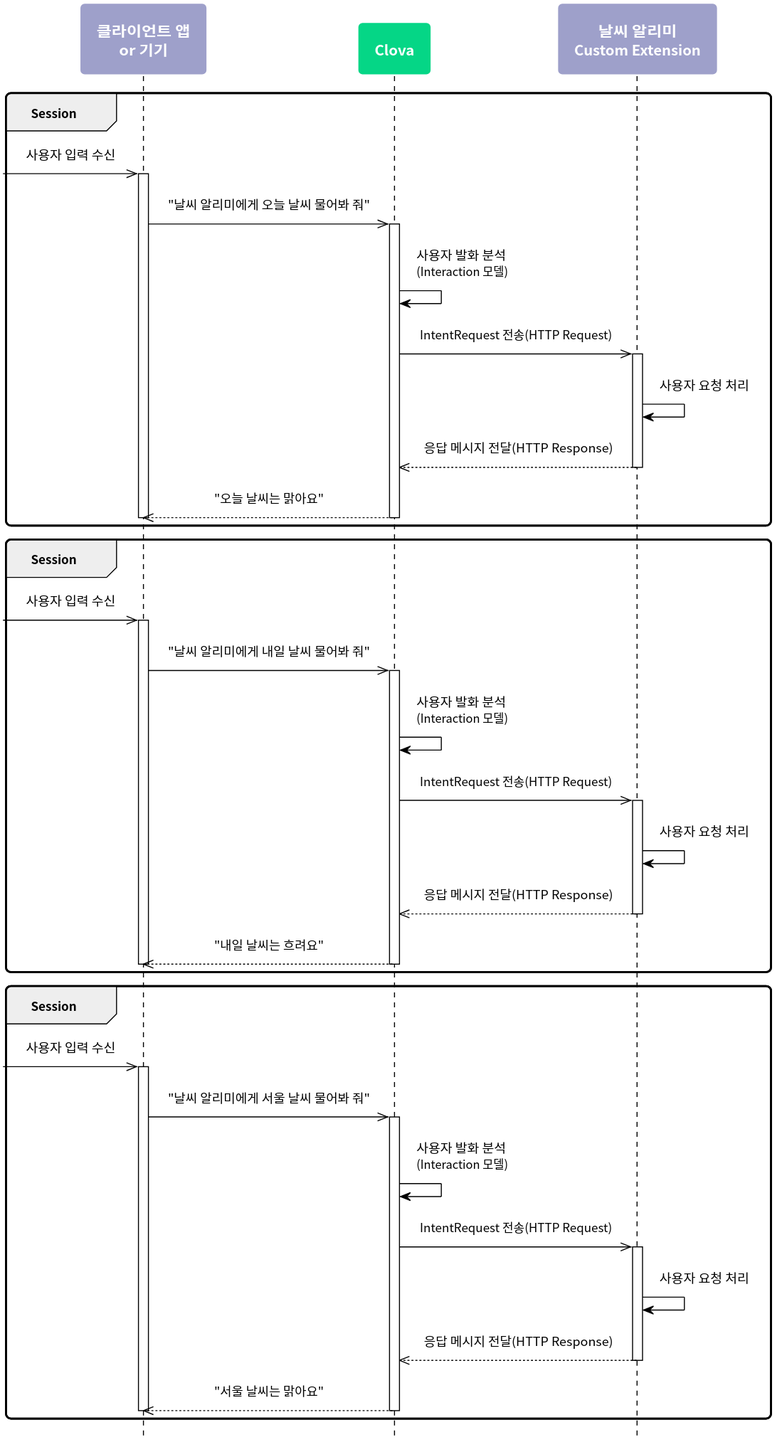
Dithn/clova-custom-extension-developer-guide keeps this PlantUML diagram as en-KR/Develop/Assets/Images/CEK_Custom_Extension_Sequence_Diagram.svg. Above is the earlier version. Source of this version:
```plantuml
@startuml
scale max 880 width
skinparam sequenceMessageAlign center
skinparam shadowing false
skinparam roundcorner 10
skinparam padding 10
skinparam defaultFontSize 12
skinparam defaultFontName "Noto Sans CJK KR", sans-serif

skinparam note {
  BackgroundColor #9EA0CA
  BorderColor #ffffff
  FontColor #ffffff
  FontSize 14
  FontStyle bold
}

skinparam sequence {
  ArrowColor #000000
  ActorBorderColor #000000
  ActorFontStyle Bolder


  LifeLineBorderColor #000000
  LifeLineBackgroundColor transparent
  ParticipantBorderColor transparent
  ParticipantFontSize 14
  ParticipantFontColor #ffffff
  ParticipantFontStyle bold

  BoxBorderColor #000000
  BoxFontColor #ffffff
    BoxFontSize 14
    BoxFontStyle bold
}
hide footbox

skinparam activity {
  BackgroundColor #9EA0CA
  BarColor #ffffff
  BorderColor #ffffff
  DiamondBackgroundColor #05D686
  DiamondBorderColor #ffffff
  DiamondFontColor #ffffff
  DiamondFontSize 14
  DiamondFontStyle bold
  FontColor #ffffff
  FontSize 14
  FontStyle bold
}

participant "클라이언트 앱\nor 기기" as client #9EA0CA
participant "Clova" as clova #05D686
participant "날씨 알리미\nCustom Extension" as ext #9EA0CA

group Session
  [->> client: 사용자 입력 수신
  activate client
    client ->> clova: "날씨 알리미에게 오늘 날씨 물어봐 줘"

    activate clova
      clova -> clova: 사용자 발화 분석\n(Interaction 모델)
      clova ->> ext: IntentRequest 전송(HTTP Request)

      activate ext
        ext -> ext: 사용자 요청 처리
        ext -->> clova: 응답 메시지 전달(HTTP Response)
      deactivate ext

      clova -->> client: "오늘 날씨는 맑아요"
    deactivate clova

  deactivate client
end

group Session
  [->> client: 사용자 입력 수신
  activate client
    client ->> clova: "날씨 알리미에게 내일 날씨 물어봐 줘"

    activate clova
      clova -> clova: 사용자 발화 분석\n(Interaction 모델)
      clova ->> ext: IntentRequest 전송(HTTP Request)

      activate ext
        ext -> ext: 사용자 요청 처리
        ext -->> clova: 응답 메시지 전달(HTTP Response)
      deactivate ext

      clova -->> client: "내일 날씨는 흐려요"
    deactivate clova

  deactivate client
end

group Session
  [->> client: 사용자 입력 수신
  activate client
    client ->> clova: "날씨 알리미에게 서울 날씨 물어봐 줘"

    activate clova
      clova -> clova: 사용자 발화 분석\n(Interaction 모델)
      clova ->> ext: IntentRequest 전송(HTTP Request)

      activate ext
        ext -> ext: 사용자 요청 처리
        ext -->> clova: 응답 메시지 전달(HTTP Response)
      deactivate ext

      clova -->> client: "서울 날씨는 맑아요"
    deactivate clova

  deactivate client
end

@enduml
```
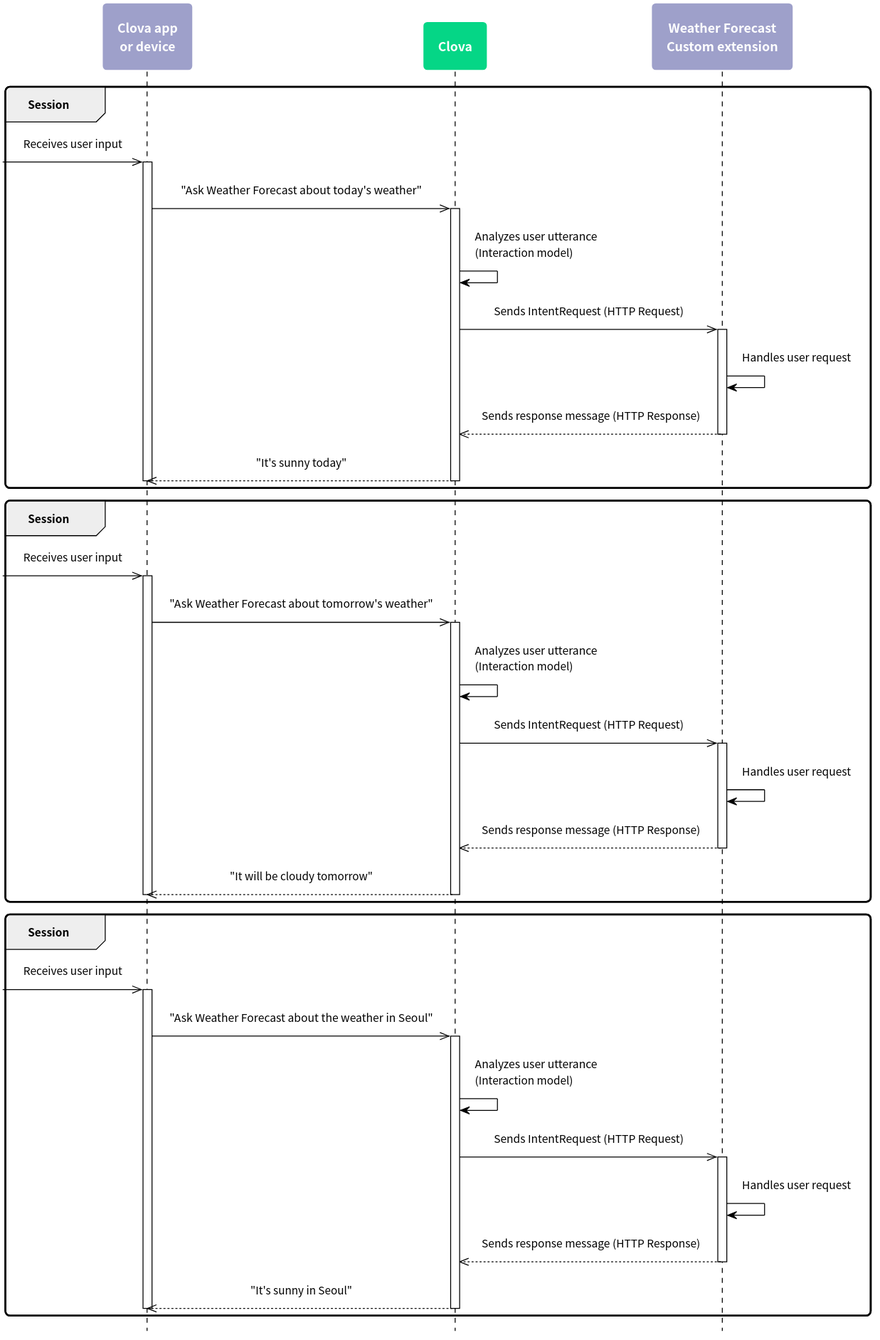
Later version of the same file.

Change to the diagram source:
```diff
@@ -5,7 +5,7 @@
 skinparam roundcorner 10
 skinparam padding 10
 skinparam defaultFontSize 12
-skinparam defaultFontName "Noto Sans CJK KR", sans-serif
+skinparam defaultFontName "Noto Sans CJK KR"
 
 skinparam note {
   BackgroundColor #9EA0CA
@@ -49,65 +49,65 @@
   FontStyle bold
 }
 
-participant "클라이언트 앱\nor 기기" as client #9EA0CA
+participant "Clova app\nor device" as client #9EA0CA
 participant "Clova" as clova #05D686
-participant "날씨 알리미\nCustom Extension" as ext #9EA0CA
+participant "Weather Forecast\nCustom extension" as ext #9EA0CA
 
 group Session
-  [->> client: 사용자 입력 수신
+  [->> client: Receives user input
   activate client
-    client ->> clova: "날씨 알리미에게 오늘 날씨 물어봐 줘"
+    client ->> clova: "Ask Weather Forecast about today's weather"
 
     activate clova
-      clova -> clova: 사용자 발화 분석\n(Interaction 모델)
-      clova ->> ext: IntentRequest 전송(HTTP Request)
+      clova -> clova: Analyzes user utterance\n(Interaction model)
+      clova ->> ext: Sends IntentRequest (HTTP Request)
 
       activate ext
-        ext -> ext: 사용자 요청 처리
-        ext -->> clova: 응답 메시지 전달(HTTP Response)
+        ext -> ext: Handles user request
+        ext -->> clova: Sends response message (HTTP Response)
       deactivate ext
 
-      clova -->> client: "오늘 날씨는 맑아요"
+      clova -->> client: "It's sunny today"
     deactivate clova
 
   deactivate client
 end
 
 group Session
-  [->> client: 사용자 입력 수신
+  [->> client: Receives user input
   activate client
-    client ->> clova: "날씨 알리미에게 내일 날씨 물어봐 줘"
+    client ->> clova: "Ask Weather Forecast about tomorrow's weather"
 
     activate clova
-      clova -> clova: 사용자 발화 분석\n(Interaction 모델)
-      clova ->> ext: IntentRequest 전송(HTTP Request)
+      clova -> clova: Analyzes user utterance\n(Interaction model)
+      clova ->> ext: Sends IntentRequest (HTTP Request)
 
       activate ext
-        ext -> ext: 사용자 요청 처리
-        ext -->> clova: 응답 메시지 전달(HTTP Response)
+        ext -> ext: Handles user request
+        ext -->> clova: Sends response message (HTTP Response)
       deactivate ext
 
-      clova -->> client: "내일 날씨는 흐려요"
+      clova -->> client: "It will be cloudy tomorrow"
     deactivate clova
 
   deactivate client
 end
 
 group Session
-  [->> client: 사용자 입력 수신
+  [->> client: Receives user input
   activate client
-    client ->> clova: "날씨 알리미에게 서울 날씨 물어봐 줘"
+    client ->> clova: "Ask Weather Forecast about the weather in Seoul"
 
     activate clova
-      clova -> clova: 사용자 발화 분석\n(Interaction 모델)
-      clova ->> ext: IntentRequest 전송(HTTP Request)
+      clova -> clova: Analyzes user utterance\n(Interaction model)
+      clova ->> ext: Sends IntentRequest (HTTP Request)
 
       activate ext
-        ext -> ext: 사용자 요청 처리
-        ext -->> clova: 응답 메시지 전달(HTTP Response)
+        ext -> ext: Handles user request
+        ext -->> clova: Sends response message (HTTP Response)
       deactivate ext
 
-      clova -->> client: "서울 날씨는 맑아요"
+      clova -->> client: "It's sunny in Seoul"
     deactivate clova
 
   deactivate client
```
